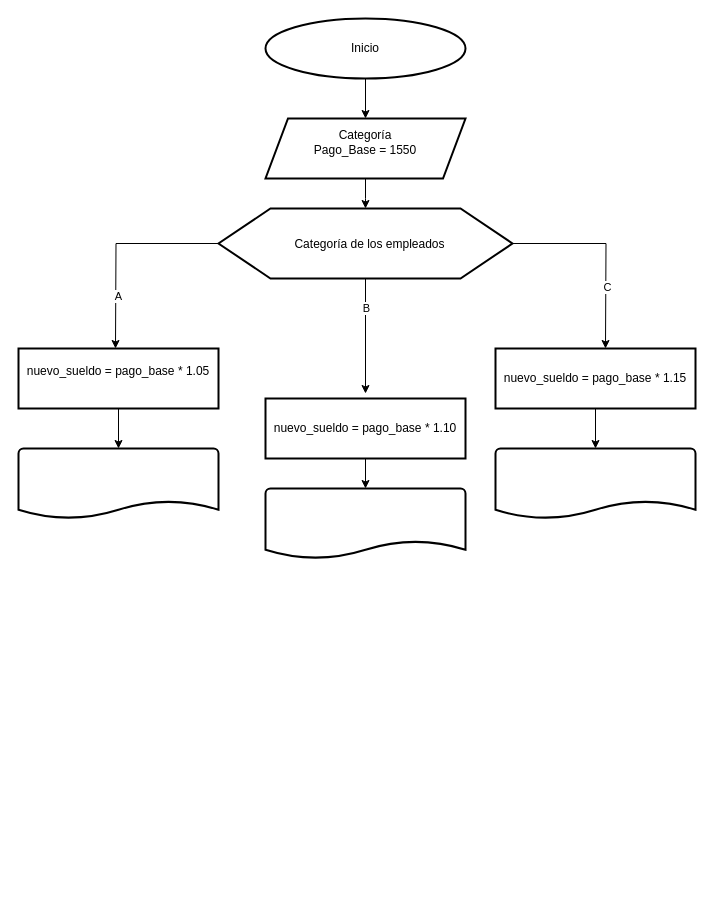
This is Caso Lucia.drawio from Zapta123/Metodolog-a-de-la-programaci-n-, a draw.io file, before an edit. Source tidied: cells renumbered, new cells numbered last; positions are measured from the earlier drawing's top-left corner, leaving out a move shared by most shapes. Both pictures are drawn from the tidied source at 100%, with x=0, y=0 at pixel (18, 18).
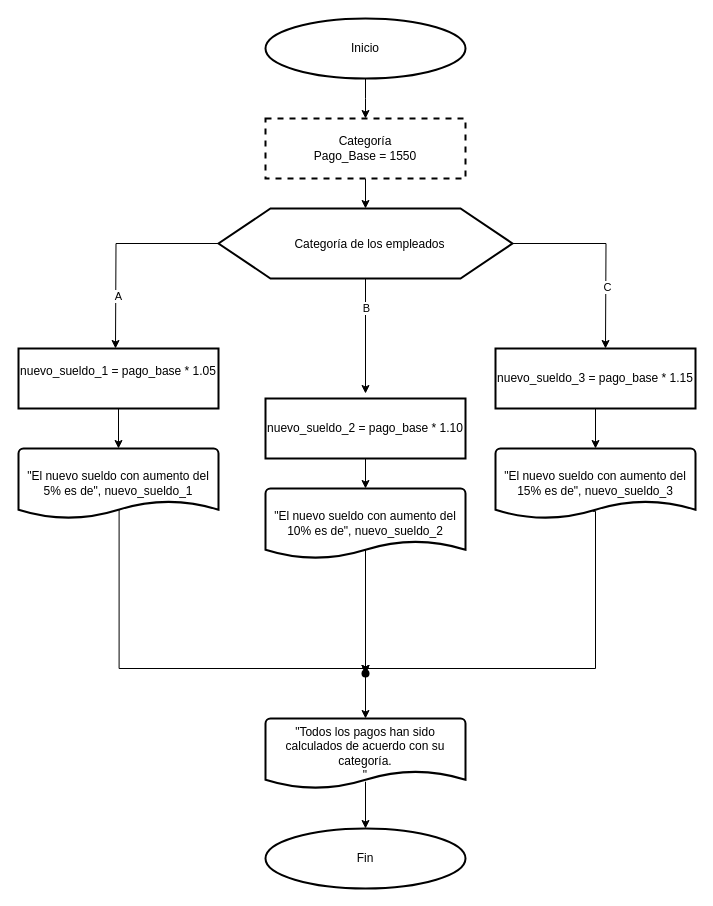
After the change.

The change refers to these unchanged cells:
```xml
<mxCell id="3" value="Inicio" style="strokeWidth=2;html=1;shape=mxgraph.flowchart.start_1;whiteSpace=wrap;" parent="1" vertex="1">
  <mxGeometry x="247" width="200" height="60" as="geometry" />
</mxCell>
```

Change to the diagram source:
```diff
@@
-    <mxCell id="2" style="edgeStyle=orthogonalEdgeStyle;rounded=0;jettySize=auto;html=1;" parent="1" edge="1" source="3" target="5">
-      <mxGeometry relative="1" as="geometry" />
+    <mxCell id="2" style="edgeStyle=orthogonalEdgeStyle;rounded=0;jettySize=auto;html=1;" parent="1" edge="1" source="3">
+      <mxGeometry relative="1" as="geometry">
+        <mxPoint x="347" y="100" as="targetPoint" />
+      </mxGeometry>
     </mxCell>
@@
-    <mxCell id="4" style="edgeStyle=orthogonalEdgeStyle;rounded=0;jettySize=auto;html=1;" parent="1" edge="1" source="5">
+    <mxCell id="4" style="edgeStyle=orthogonalEdgeStyle;rounded=0;orthogonalLoop=1;jettySize=auto;html=1;" parent="1" edge="1">
       <mxGeometry relative="1" as="geometry">
+        <mxPoint x="347" y="160" as="sourcePoint" />
         <mxPoint x="347" y="190" as="targetPoint" />
       </mxGeometry>
     </mxCell>
-    <mxCell id="5" value="Categoría&lt;div&gt;Pago_Base = 1550&lt;/div&gt;&lt;pre&gt;&lt;div&gt;&lt;/div&gt;&lt;/pre&gt;" style="shape=parallelogram;html=1;strokeWidth=2;perimeter=parallelogramPerimeter;whiteSpace=wrap;rounded=1;arcSize=0;size=0.11249999999999999;" parent="1" vertex="1">
-      <mxGeometry x="247" y="100" width="200" height="60" as="geometry" />
-    </mxCell>
@@
-    <mxCell id="18" value="&lt;div&gt;nuevo_sueldo = pago_base * 1.05&lt;/div&gt;&lt;div&gt;&lt;br&gt;&lt;/div&gt;" style="rounded=1;whiteSpace=wrap;html=1;absoluteArcSize=1;arcSize=0;strokeWidth=2;" parent="1" vertex="1">
+    <mxCell id="18" value="&lt;div&gt;nuevo_sueldo_1 = pago_base * 1.05&lt;/div&gt;&lt;div&gt;&lt;br&gt;&lt;/div&gt;" style="rounded=1;whiteSpace=wrap;html=1;absoluteArcSize=1;arcSize=0;strokeWidth=2;" parent="1" vertex="1">
       <mxGeometry y="330" width="200" height="60" as="geometry" />
     </mxCell>
@@
-    <mxCell id="20" value="nuevo_sueldo = pago_base * 1.10" style="rounded=1;whiteSpace=wrap;html=1;absoluteArcSize=1;arcSize=0;strokeWidth=2;" parent="1" vertex="1">
+    <mxCell id="20" value="nuevo_sueldo_2 = pago_base * 1.10" style="rounded=1;whiteSpace=wrap;html=1;absoluteArcSize=1;arcSize=0;strokeWidth=2;" parent="1" vertex="1">
       <mxGeometry x="247" y="380" width="200" height="60" as="geometry" />
     </mxCell>
@@
-    <mxCell id="22" value="nuevo_sueldo = pago_base * 1.15" style="rounded=1;whiteSpace=wrap;html=1;absoluteArcSize=1;arcSize=0;strokeWidth=2;" parent="1" vertex="1">
+    <mxCell id="22" value="nuevo_sueldo_3 = pago_base * 1.15" style="rounded=1;whiteSpace=wrap;html=1;absoluteArcSize=1;arcSize=0;strokeWidth=2;" parent="1" vertex="1">
       <mxGeometry x="477" y="330" width="200" height="60" as="geometry" />
     </mxCell>
+    <mxCell id="26" style="edgeStyle=orthogonalEdgeStyle;rounded=0;jettySize=auto;html=1;entryX=0.1;entryY=0.87;entryDx=0;entryDy=0;entryPerimeter=0;exitX=0.503;exitY=0.851;exitDx=0;exitDy=0;exitPerimeter=0;" parent="1" edge="1" source="23" target="30">
+      <mxGeometry relative="1" as="geometry">
+        <Array as="points">
+          <mxPoint x="101" y="650" />
+          <mxPoint x="347" y="650" />
+        </Array>
+      </mxGeometry>
+    </mxCell>
-    <mxCell id="23" style="strokeWidth=2;html=1;shape=mxgraph.flowchart.document2;whiteSpace=wrap;size=0.25;" parent="1" vertex="1">
+    <mxCell id="23" value="&quot;El nuevo sueldo con aumento del 5% es de&quot;, nuevo_sueldo_1" style="strokeWidth=2;html=1;shape=mxgraph.flowchart.document2;whiteSpace=wrap;size=0.25;" parent="1" vertex="1">
       <mxGeometry y="430" width="200" height="70" as="geometry" />
     </mxCell>
+    <mxCell id="27" style="edgeStyle=orthogonalEdgeStyle;rounded=0;jettySize=auto;html=1;exitX=0.5;exitY=0.829;exitDx=0;exitDy=0;exitPerimeter=0;" parent="1" edge="1" source="24" target="30">
+      <mxGeometry relative="1" as="geometry" />
+    </mxCell>
-    <mxCell id="24" style="strokeWidth=2;html=1;shape=mxgraph.flowchart.document2;whiteSpace=wrap;size=0.25;" parent="1" vertex="1">
+    <mxCell id="24" value="&quot;El nuevo sueldo con aumento del 10% es de&quot;, nuevo_sueldo_2" style="strokeWidth=2;html=1;shape=mxgraph.flowchart.document2;whiteSpace=wrap;size=0.25;" parent="1" vertex="1">
       <mxGeometry x="247" y="470" width="200" height="70" as="geometry" />
     </mxCell>
+    <mxCell id="28" style="edgeStyle=orthogonalEdgeStyle;rounded=0;jettySize=auto;html=1;entryX=0.78;entryY=0.39;entryDx=0;entryDy=0;entryPerimeter=0;exitX=0.486;exitY=0.897;exitDx=0;exitDy=0;exitPerimeter=0;" parent="1" edge="1" source="25" target="30">
+      <mxGeometry relative="1" as="geometry">
+        <Array as="points">
+          <mxPoint x="577" y="493" />
+          <mxPoint x="577" y="650" />
+          <mxPoint x="347" y="650" />
+        </Array>
+      </mxGeometry>
+    </mxCell>
-    <mxCell id="25" style="strokeWidth=2;html=1;shape=mxgraph.flowchart.document2;whiteSpace=wrap;size=0.25;" parent="1" vertex="1">
+    <mxCell id="25" value="&quot;El nuevo sueldo con aumento del 15% es de&quot;, nuevo_sueldo_3" style="strokeWidth=2;html=1;shape=mxgraph.flowchart.document2;whiteSpace=wrap;size=0.25;" parent="1" vertex="1">
       <mxGeometry x="477" y="430" width="200" height="70" as="geometry" />
     </mxCell>
+    <mxCell id="29" style="edgeStyle=orthogonalEdgeStyle;rounded=0;jettySize=auto;html=1;" parent="1" edge="1" source="30" target="32">
+      <mxGeometry relative="1" as="geometry" />
+    </mxCell>
+    <mxCell id="30" style="shape=waypoint;sketch=0;size=6;points=[];fillColor=default;perimeter=centerPerimeter;snapToPoint=1;strokeWidth=2;" parent="1" vertex="1">
+      <mxGeometry x="337" y="645" width="20" height="20" as="geometry" />
+    </mxCell>
+    <mxCell id="31" style="edgeStyle=orthogonalEdgeStyle;rounded=0;jettySize=auto;html=1;exitX=0.5;exitY=0.903;exitDx=0;exitDy=0;exitPerimeter=0;" parent="1" edge="1" source="32" target="33">
+      <mxGeometry relative="1" as="geometry" />
+    </mxCell>
+    <mxCell id="32" value="&quot;&lt;span style=&quot;background-color: transparent;&quot;&gt;Todos los pagos han sido calculados de acuerdo con su categoría.&lt;/span&gt;&lt;br&gt;&quot;" style="strokeWidth=2;html=1;shape=mxgraph.flowchart.document2;whiteSpace=wrap;size=0.25;" parent="1" vertex="1">
+      <mxGeometry x="247" y="700" width="200" height="70" as="geometry" />
+    </mxCell>
+    <mxCell id="33" value="Fin" style="strokeWidth=2;html=1;shape=mxgraph.flowchart.start_1;whiteSpace=wrap;" parent="1" vertex="1">
+      <mxGeometry x="247" y="810" width="200" height="60" as="geometry" />
+    </mxCell>
+    <mxCell id="5" value="Categoría&lt;div&gt;Pago_Base = 1550&lt;/div&gt;" style="rounded=1;whiteSpace=wrap;html=1;absoluteArcSize=1;arcSize=0;strokeWidth=2;dashed=1;" parent="1" vertex="1">
+      <mxGeometry x="247" y="100" width="200" height="60" as="geometry" />
+    </mxCell>
```
